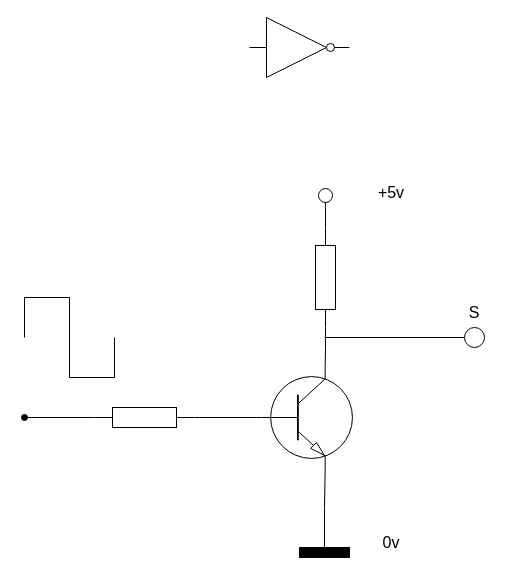
Before: portas-logicas.drawio in nobertomaciel/MATAC-Unifacs, a draw.io diagram. Source tidied: cells renumbered, new cells numbered last; positions are measured from the earlier drawing's top-left corner, leaving out a move shared by most shapes. Both pictures are drawn from the tidied source at 100%, with x=0, y=0 at pixel (24, 17).
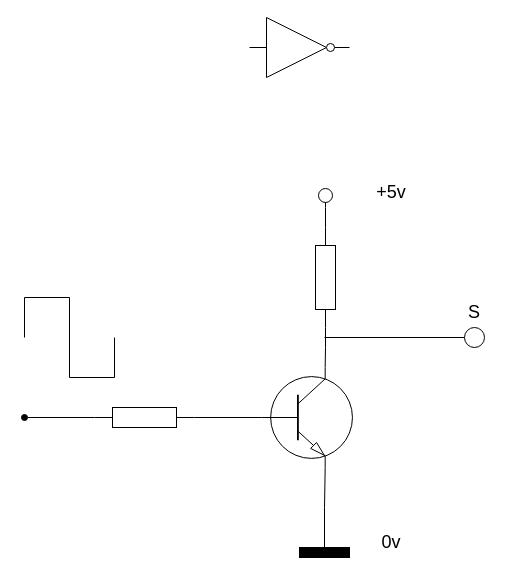
After the change.

The edit, as a diff of the source:
```diff
@@
 <mxGraphModel>
   <root>
     <mxCell id="0" />
     <mxCell id="1" parent="0" />
     <mxCell id="2" style="verticalLabelPosition=bottom;shadow=0;dashed=0;align=center;html=1;verticalAlign=top;shape=mxgraph.electrical.transistors.npn_transistor_1;" parent="1" vertex="1">
       <mxGeometry x="235" y="350" width="95" height="100" as="geometry" />
     </mxCell>
     <mxCell id="3" style="verticalLabelPosition=bottom;shadow=0;dashed=0;align=center;html=1;verticalAlign=top;shape=mxgraph.electrical.logic_gates.inverter_2;" parent="1" vertex="1">
       <mxGeometry x="225" width="100" height="60" as="geometry" />
     </mxCell>
     <mxCell id="4" style="edgeStyle=orthogonalEdgeStyle;rounded=0;jettySize=auto;html=1;endArrow=circle;endFill=0;" parent="1" edge="1" source="5">
       <mxGeometry relative="1" as="geometry">
         <mxPoint x="301" y="170" as="targetPoint" />
       </mxGeometry>
     </mxCell>
     <mxCell id="5" style="verticalLabelPosition=bottom;shadow=0;dashed=0;align=center;html=1;verticalAlign=top;shape=mxgraph.electrical.resistors.resistor_1;rotation=-90;" parent="1" vertex="1">
       <mxGeometry x="251" y="250" width="100" height="20" as="geometry" />
     </mxCell>
     <mxCell id="6" style="edgeStyle=orthogonalEdgeStyle;rounded=0;jettySize=auto;html=1;exitX=1;exitY=0.5;exitDx=0;exitDy=0;exitPerimeter=0;endArrow=oval;endFill=1;" parent="1" edge="1" source="8">
       <mxGeometry relative="1" as="geometry">
         <mxPoint y="400" as="targetPoint" />
       </mxGeometry>
     </mxCell>
     <mxCell id="7" style="edgeStyle=orthogonalEdgeStyle;rounded=0;jettySize=auto;html=1;endArrow=none;endFill=0;" parent="1" edge="1" source="8" target="2">
       <mxGeometry relative="1" as="geometry" />
     </mxCell>
     <mxCell id="8" style="verticalLabelPosition=bottom;shadow=0;dashed=0;align=center;html=1;verticalAlign=top;shape=mxgraph.electrical.resistors.resistor_1;rotation=-180;" parent="1" vertex="1">
       <mxGeometry x="70" y="390" width="100" height="20" as="geometry" />
     </mxCell>
     <mxCell id="9" style="verticalLabelPosition=bottom;shadow=0;dashed=0;align=center;html=1;verticalAlign=top;shape=mxgraph.electrical.waveforms.square_wave;" parent="1" vertex="1">
       <mxGeometry y="280" width="90" height="80" as="geometry" />
     </mxCell>
     <mxCell id="10" style="rounded=0;whiteSpace=wrap;html=1;fillColor=#000000;" parent="1" vertex="1">
       <mxGeometry x="275" y="530" width="50" height="10" as="geometry" />
     </mxCell>
     <mxCell id="11" style="edgeStyle=orthogonalEdgeStyle;rounded=0;jettySize=auto;html=1;entryX=0.7;entryY=1;entryDx=0;entryDy=0;entryPerimeter=0;endArrow=none;endFill=0;" parent="1" edge="1" source="10" target="2">
       <mxGeometry relative="1" as="geometry" />
     </mxCell>
     <mxCell id="12" style="edgeStyle=orthogonalEdgeStyle;rounded=0;jettySize=auto;html=1;entryX=0.7;entryY=0;entryDx=0;entryDy=0;entryPerimeter=0;endArrow=none;endFill=0;" parent="1" edge="1" source="5" target="2">
       <mxGeometry relative="1" as="geometry" />
     </mxCell>
     <mxCell id="13" style="edgeStyle=orthogonalEdgeStyle;rounded=0;jettySize=auto;html=1;endArrow=none;endFill=0;" parent="1" edge="1" source="14">
       <mxGeometry relative="1" as="geometry">
         <mxPoint x="300" y="320" as="targetPoint" />
       </mxGeometry>
     </mxCell>
     <mxCell id="14" style="ellipse;whiteSpace=wrap;html=1;" parent="1" vertex="1">
       <mxGeometry x="440" y="310" width="20" height="20" as="geometry" />
     </mxCell>
-    <mxCell id="15" value="S" style="text;html=1;whiteSpace=wrap;strokeColor=none;fillColor=none;align=center;verticalAlign=middle;rounded=0;fontSize=16;" parent="1" vertex="1">
+    <mxCell id="15" value="S" style="text;html=1;whiteSpace=wrap;strokeColor=none;fillColor=none;align=center;verticalAlign=middle;rounded=0;fontSize=18;" parent="1" vertex="1">
       <mxGeometry x="420" y="280" width="60" height="30" as="geometry" />
     </mxCell>
-    <mxCell id="16" value="+5v" style="text;html=1;whiteSpace=wrap;strokeColor=none;fillColor=none;align=center;verticalAlign=middle;rounded=0;fontSize=16;" parent="1" vertex="1">
+    <mxCell id="16" value="+5v" style="text;html=1;whiteSpace=wrap;strokeColor=none;fillColor=none;align=center;verticalAlign=middle;rounded=0;fontSize=18;" parent="1" vertex="1">
       <mxGeometry x="324" y="160" width="86" height="30" as="geometry" />
     </mxCell>
-    <mxCell id="17" value="0v" style="text;html=1;whiteSpace=wrap;strokeColor=none;fillColor=none;align=center;verticalAlign=middle;rounded=0;fontSize=16;" parent="1" vertex="1">
+    <mxCell id="17" value="0v" style="text;html=1;whiteSpace=wrap;strokeColor=none;fillColor=none;align=center;verticalAlign=middle;rounded=0;fontSize=18;" parent="1" vertex="1">
       <mxGeometry x="324" y="510" width="86" height="30" as="geometry" />
     </mxCell>
   </root>
 </mxGraphModel>
```
